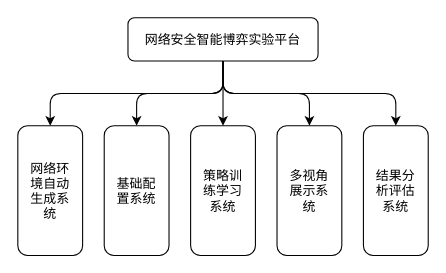
Before: test.drawio in undinuanao/-, a draw.io diagram. Source tidied: cells renumbered, new cells numbered last; positions are measured from the earlier drawing's top-left corner, leaving out a move shared by most shapes. Both pictures are drawn from the tidied source at 108%, with x=0, y=0 at pixel (17, 17).
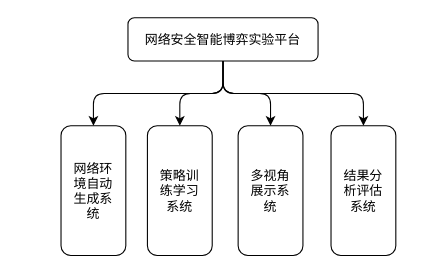
The same diagram, later.

What changed in the source:
```diff
@@
 <mxGraphModel>
   <root>
     <mxCell id="0" />
     <mxCell id="1" parent="0" />
     <mxCell id="2" value="网络安全智能博弈实验平台" style="rounded=1;" parent="1" vertex="1">
       <mxGeometry x="102" width="176" height="40" as="geometry" />
     </mxCell>
     <mxCell id="3" value="网络环&#10;境自动&#10;生成系&#10;统" style="rounded=1;" parent="1" vertex="1">
-      <mxGeometry y="100" width="60" height="120" as="geometry" />
+      <mxGeometry x="40" y="100" width="60" height="120" as="geometry" />
     </mxCell>
-    <mxCell id="4" value="基础配&#10;置系统" style="rounded=1;" parent="1" vertex="1">
-      <mxGeometry x="80" y="100" width="60" height="120" as="geometry" />
-    </mxCell>
     <mxCell id="5" value="策略训&#10;练学习&#10;系统" style="rounded=1;" parent="1" vertex="1">
-      <mxGeometry x="160" y="100" width="60" height="120" as="geometry" />
+      <mxGeometry x="120" y="100" width="60" height="120" as="geometry" />
     </mxCell>
     <mxCell id="6" value="多视角&#10;展示系&#10;统" style="rounded=1;" parent="1" vertex="1">
-      <mxGeometry x="240" y="100" width="60" height="120" as="geometry" />
+      <mxGeometry x="204" y="100" width="60" height="120" as="geometry" />
     </mxCell>
     <mxCell id="7" value="结果分&#10;析评估&#10;系统" style="rounded=1;" parent="1" vertex="1">
-      <mxGeometry x="320" y="100" width="60" height="120" as="geometry" />
+      <mxGeometry x="290" y="100" width="60" height="120" as="geometry" />
     </mxCell>
     <mxCell id="8" style="endArrow=classic;exitX=0.5;exitY=1;exitDx=0;exitDy=0;entryX=0.5;entryY=0;entryDx=0;entryDy=0;" parent="1" edge="1" source="2" target="3">
       <mxGeometry relative="1" as="geometry">
         <Array as="points">
           <mxPoint x="190" y="70" />
-          <mxPoint x="30" y="70" />
+          <mxPoint x="70" y="70" />
         </Array>
       </mxGeometry>
     </mxCell>
-    <mxCell id="9" style="endArrow=classic;entryX=0.5;entryY=0;entryDx=0;entryDy=0;exitX=0.5;exitY=1;exitDx=0;exitDy=0;" parent="1" edge="1" source="2" target="4">
-      <mxGeometry relative="1" as="geometry">
-        <Array as="points">
-          <mxPoint x="190" y="70" />
-          <mxPoint x="110" y="70" />
-        </Array>
-      </mxGeometry>
-    </mxCell>
     <mxCell id="10" style="endArrow=classic;exitX=0.5;exitY=1;exitDx=0;exitDy=0;entryX=0.5;entryY=0;entryDx=0;entryDy=0;" parent="1" edge="1" source="2" target="5">
-      <mxGeometry relative="1" as="geometry" />
+      <mxGeometry relative="1" as="geometry">
+        <Array as="points">
+          <mxPoint x="190" y="70" />
+          <mxPoint x="150" y="70" />
+        </Array>
+      </mxGeometry>
     </mxCell>
     <mxCell id="11" style="endArrow=classic;entryX=0.5;entryY=0;entryDx=0;entryDy=0;" parent="1" edge="1" target="7">
       <mxGeometry relative="1" as="geometry">
         <mxPoint x="190" y="40" as="sourcePoint" />
         <Array as="points">
           <mxPoint x="190" y="70" />
-          <mxPoint x="350" y="70" />
+          <mxPoint x="320" y="70" />
         </Array>
       </mxGeometry>
     </mxCell>
     <mxCell id="12" style="endArrow=classic;exitX=0.5;exitY=1;exitDx=0;exitDy=0;entryX=0.5;entryY=0;entryDx=0;entryDy=0;" parent="1" edge="1" source="2" target="6">
       <mxGeometry relative="1" as="geometry">
         <Array as="points">
           <mxPoint x="190" y="70" />
-          <mxPoint x="270" y="70" />
+          <mxPoint x="234" y="70" />
         </Array>
       </mxGeometry>
     </mxCell>
   </root>
 </mxGraphModel>
```
